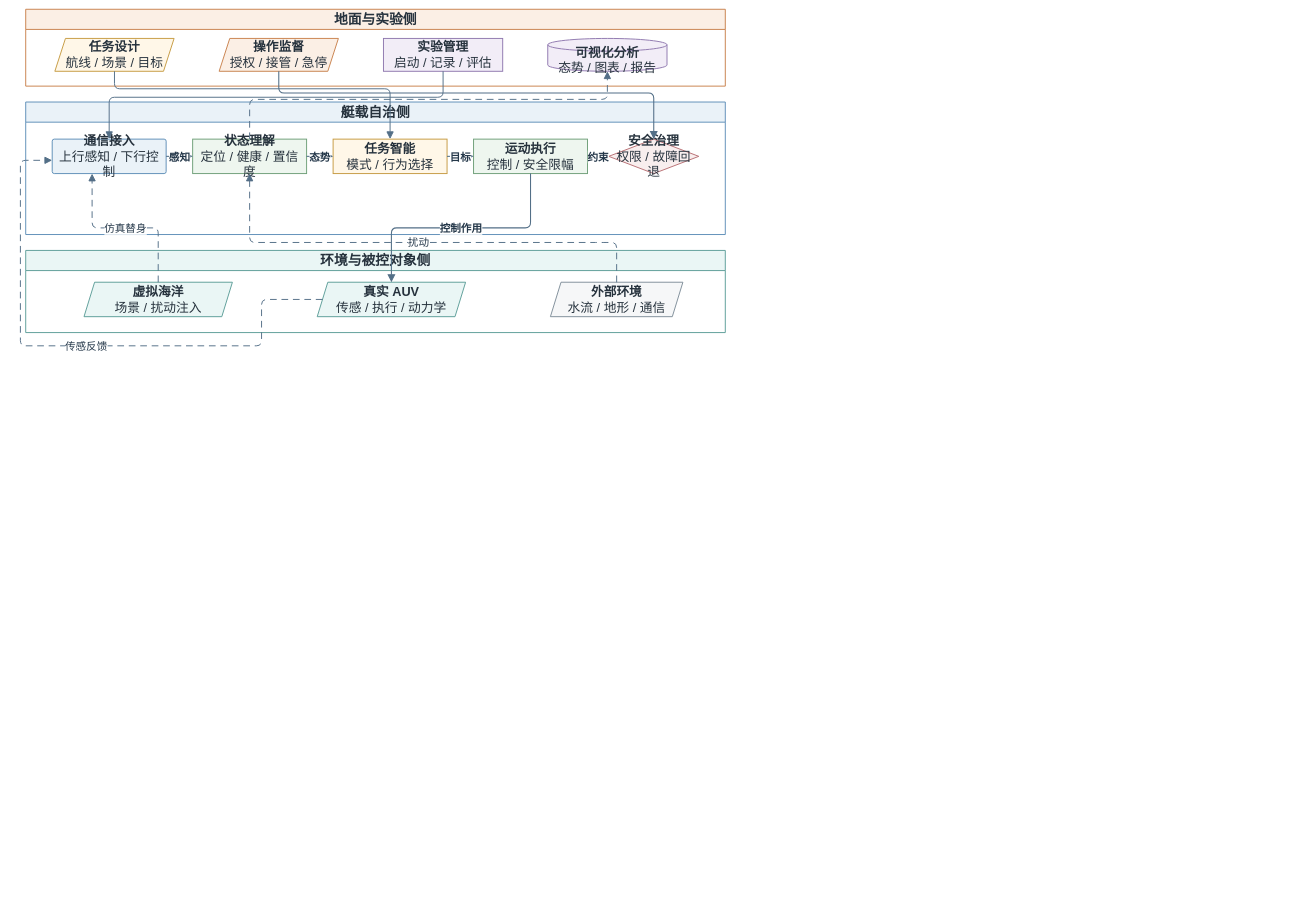
Earlier version of the draw.io diagram thesis/figures/architecture/auv_system_subsystem_organization.drawio (360ZMEM/AUV-Master-Mag). Source tidied: cells renumbered, new cells numbered last; positions are measured from the earlier drawing's top-left corner, leaving out a move shared by most shapes. Both pictures are drawn from the tidied source at 53%, with x=0, y=0 at pixel (20, 9).
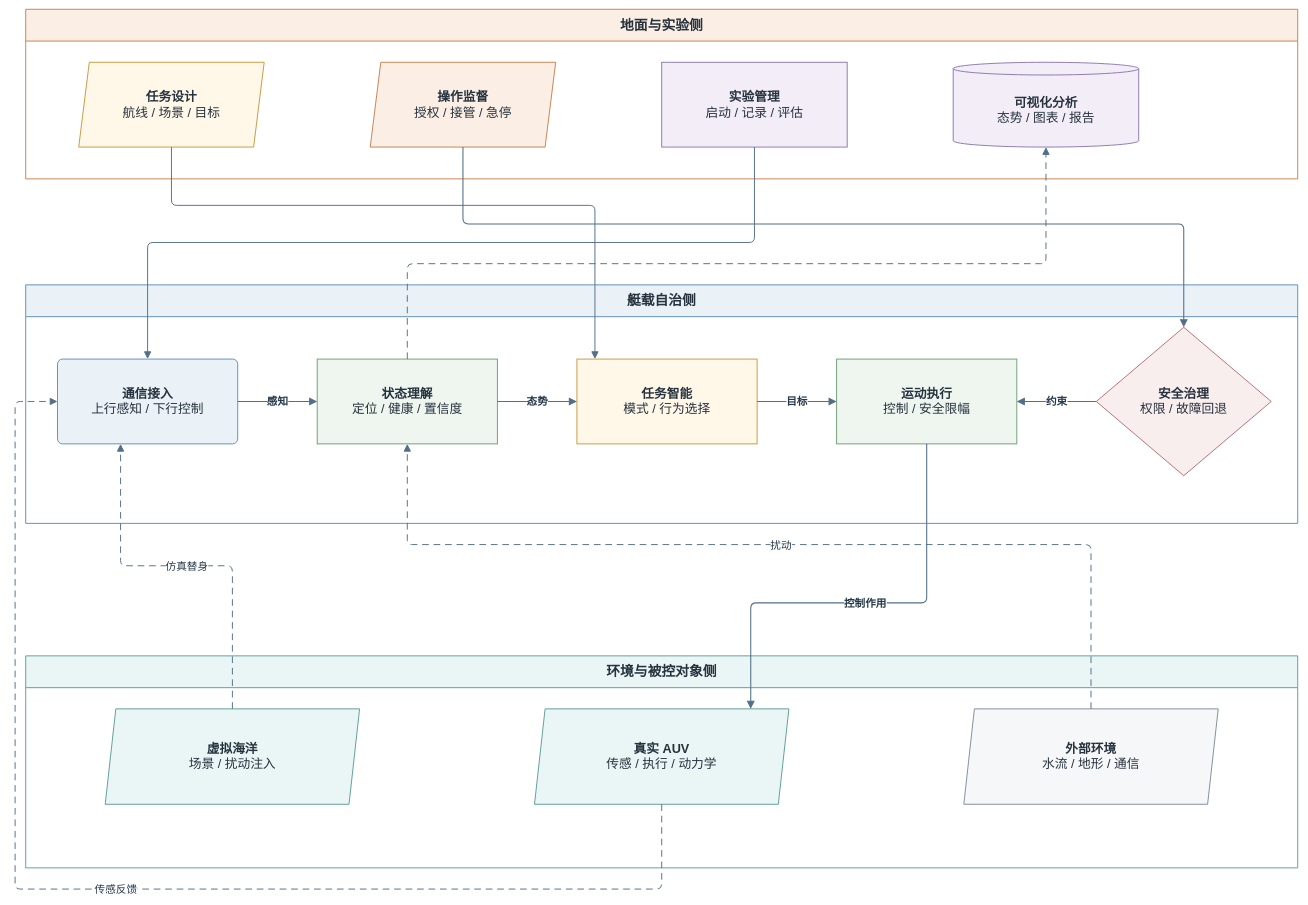
After the change.

What changed in the source:
```diff
@@
-    <mxCell id="2" value="地面与实验侧" style="swimlane;whiteSpace=wrap;html=1;startSize=38;rounded=0;fillColor=#FBEFE5;strokeColor=#C9824D;strokeWidth=1.8;fontFamily=Songti SC;fontSize=26;fontStyle=1;fontColor=#26323D;" parent="1" vertex="1">
-      <mxGeometry x="10" width="1320" height="145" as="geometry" />
+    <mxCell id="2" value="地面与实验侧" style="swimlane;whiteSpace=wrap;html=1;startSize=60;rounded=0;fillColor=#FBEFE5;strokeColor=#C9824D;strokeWidth=1.8;fontFamily=Songti SC;fontSize=26;fontStyle=1;fontColor=#26323D;" parent="1" vertex="1">
+      <mxGeometry x="10" width="2400" height="320" as="geometry" />
     </mxCell>
-    <mxCell id="3" value="艇载自治侧" style="swimlane;whiteSpace=wrap;html=1;startSize=38;rounded=0;fillColor=#EAF2F8;strokeColor=#5F8FB8;strokeWidth=1.8;fontFamily=Songti SC;fontSize=26;fontStyle=1;fontColor=#26323D;" parent="1" vertex="1">
-      <mxGeometry x="10" y="175" width="1320" height="250" as="geometry" />
+    <mxCell id="3" value="艇载自治侧" style="swimlane;whiteSpace=wrap;html=1;startSize=60;rounded=0;fillColor=#EAF2F8;strokeColor=#5F8FB8;strokeWidth=1.8;fontFamily=Songti SC;fontSize=26;fontStyle=1;fontColor=#26323D;" parent="1" vertex="1">
+      <mxGeometry x="10" y="520" width="2400" height="450" as="geometry" />
     </mxCell>
-    <mxCell id="4" value="环境与被控对象侧" style="swimlane;whiteSpace=wrap;html=1;startSize=38;rounded=0;fillColor=#EAF6F5;strokeColor=#5D9E99;strokeWidth=1.8;fontFamily=Songti SC;fontSize=26;fontStyle=1;fontColor=#26323D;" parent="1" vertex="1">
-      <mxGeometry x="10" y="455" width="1320" height="155" as="geometry" />
+    <mxCell id="4" value="环境与被控对象侧" style="swimlane;whiteSpace=wrap;html=1;startSize=60;rounded=0;fillColor=#EAF6F5;strokeColor=#5D9E99;strokeWidth=1.8;fontFamily=Songti SC;fontSize=26;fontStyle=1;fontColor=#26323D;" parent="1" vertex="1">
+      <mxGeometry x="10" y="1220" width="2400" height="400" as="geometry" />
     </mxCell>
     <mxCell id="5" value="&lt;b&gt;任务设计&lt;/b&gt;&lt;br&gt;航线 / 场景 / 目标" style="shape=parallelogram;perimeter=parallelogramPerimeter;fixedSize=1;whiteSpace=wrap;html=1;align=center;verticalAlign=middle;fillColor=#FFF7E8;strokeColor=#C69B42;strokeWidth=1.8;spacing=8;fontFamily=Songti SC;fontSize=24;fontColor=#26323D;" parent="2" vertex="1">
-      <mxGeometry x="55" y="55" width="225" height="62" as="geometry" />
+      <mxGeometry x="100" y="100" width="350" height="160" as="geometry" />
     </mxCell>
     <mxCell id="6" value="&lt;b&gt;操作监督&lt;/b&gt;&lt;br&gt;授权 / 接管 / 急停" style="shape=parallelogram;perimeter=parallelogramPerimeter;fixedSize=1;whiteSpace=wrap;html=1;align=center;verticalAlign=middle;fillColor=#FBEFE5;strokeColor=#C9824D;strokeWidth=1.8;spacing=8;fontFamily=Songti SC;fontSize=24;fontColor=#26323D;" parent="2" vertex="1">
-      <mxGeometry x="365" y="55" width="225" height="62" as="geometry" />
+      <mxGeometry x="650" y="100" width="350" height="160" as="geometry" />
     </mxCell>
     <mxCell id="7" value="&lt;b&gt;实验管理&lt;/b&gt;&lt;br&gt;启动 / 记录 / 评估" style="rounded=0;whiteSpace=wrap;html=1;align=center;verticalAlign=middle;fillColor=#F2EDF7;strokeColor=#8F78AF;strokeWidth=1.8;spacing=8;fontFamily=Songti SC;fontSize=24;fontColor=#26323D;" parent="2" vertex="1">
-      <mxGeometry x="675" y="55" width="225" height="62" as="geometry" />
+      <mxGeometry x="1200" y="100" width="350" height="160" as="geometry" />
     </mxCell>
     <mxCell id="8" value="&lt;b&gt;可视化分析&lt;/b&gt;&lt;br&gt;态势 / 图表 / 报告" style="shape=cylinder3;boundedLbl=1;backgroundOutline=1;size=12;whiteSpace=wrap;html=1;align=center;verticalAlign=middle;fillColor=#F2EDF7;strokeColor=#8F78AF;strokeWidth=1.8;spacing=8;fontFamily=Songti SC;fontSize=24;fontColor=#26323D;" parent="2" vertex="1">
-      <mxGeometry x="985" y="55" width="225" height="62" as="geometry" />
+      <mxGeometry x="1750" y="100" width="350" height="160" as="geometry" />
     </mxCell>
     <mxCell id="9" value="&lt;b&gt;通信接入&lt;/b&gt;&lt;br&gt;上行感知 / 下行控制" style="rounded=1;arcSize=6;whiteSpace=wrap;html=1;align=center;verticalAlign=middle;fillColor=#EAF2F8;strokeColor=#5F8FB8;strokeWidth=1.8;spacing=8;fontFamily=Songti SC;fontSize=24;fontColor=#26323D;" parent="3" vertex="1">
-      <mxGeometry x="50" y="70" width="215" height="65" as="geometry" />
+      <mxGeometry x="60" y="140" width="340" height="160" as="geometry" />
     </mxCell>
     <mxCell id="10" value="&lt;b&gt;状态理解&lt;/b&gt;&lt;br&gt;定位 / 健康 / 置信度" style="rounded=0;whiteSpace=wrap;html=1;align=center;verticalAlign=middle;fillColor=#EEF6EF;strokeColor=#6E9F78;strokeWidth=1.8;spacing=8;fontFamily=Songti SC;fontSize=24;fontColor=#26323D;" parent="3" vertex="1">
-      <mxGeometry x="315" y="70" width="215" height="65" as="geometry" />
+      <mxGeometry x="550" y="140" width="340" height="160" as="geometry" />
     </mxCell>
     <mxCell id="11" value="&lt;b&gt;任务智能&lt;/b&gt;&lt;br&gt;模式 / 行为选择" style="rounded=0;whiteSpace=wrap;html=1;align=center;verticalAlign=middle;fillColor=#FFF7E8;strokeColor=#C69B42;strokeWidth=1.8;spacing=8;fontFamily=Songti SC;fontSize=24;fontColor=#26323D;" parent="3" vertex="1">
-      <mxGeometry x="580" y="70" width="215" height="65" as="geometry" />
+      <mxGeometry x="1040" y="140" width="340" height="160" as="geometry" />
     </mxCell>
     <mxCell id="12" value="&lt;b&gt;运动执行&lt;/b&gt;&lt;br&gt;控制 / 安全限幅" style="rounded=0;whiteSpace=wrap;html=1;align=center;verticalAlign=middle;fillColor=#EEF6EF;strokeColor=#6E9F78;strokeWidth=1.8;spacing=8;fontFamily=Songti SC;fontSize=24;fontColor=#26323D;" parent="3" vertex="1">
-      <mxGeometry x="845" y="70" width="215" height="65" as="geometry" />
+      <mxGeometry x="1530" y="140" width="340" height="160" as="geometry" />
     </mxCell>
     <mxCell id="13" value="&lt;b&gt;安全治理&lt;/b&gt;&lt;br&gt;权限 / 故障回退" style="rhombus;whiteSpace=wrap;html=1;align=center;verticalAlign=middle;fillColor=#F8EEEE;strokeColor=#B86F73;strokeWidth=1.8;spacing=8;fontFamily=Songti SC;fontSize=24;fontColor=#26323D;" parent="3" vertex="1">
-      <mxGeometry x="1100" y="70" width="170" height="65" as="geometry" />
+      <mxGeometry x="2020" y="80" width="330" height="280" as="geometry" />
     </mxCell>
     <mxCell id="14" value="&lt;b&gt;虚拟海洋&lt;/b&gt;&lt;br&gt;场景 / 扰动注入" style="shape=parallelogram;perimeter=parallelogramPerimeter;fixedSize=1;whiteSpace=wrap;html=1;align=center;verticalAlign=middle;fillColor=#EAF6F5;strokeColor=#5D9E99;strokeWidth=1.8;spacing=8;fontFamily=Songti SC;fontSize=24;fontColor=#26323D;" parent="4" vertex="1">
-      <mxGeometry x="110" y="60" width="280" height="65" as="geometry" />
+      <mxGeometry x="150" y="100" width="480" height="180" as="geometry" />
     </mxCell>
     <mxCell id="15" value="&lt;b&gt;真实 AUV&lt;/b&gt;&lt;br&gt;传感 / 执行 / 动力学" style="shape=parallelogram;perimeter=parallelogramPerimeter;fixedSize=1;whiteSpace=wrap;html=1;align=center;verticalAlign=middle;fillColor=#EAF6F5;strokeColor=#5D9E99;strokeWidth=1.8;spacing=8;fontFamily=Songti SC;fontSize=24;fontColor=#26323D;" parent="4" vertex="1">
-      <mxGeometry x="550" y="60" width="280" height="65" as="geometry" />
+      <mxGeometry x="960" y="100" width="480" height="180" as="geometry" />
     </mxCell>
     <mxCell id="16" value="&lt;b&gt;外部环境&lt;/b&gt;&lt;br&gt;水流 / 地形 / 通信" style="shape=parallelogram;perimeter=parallelogramPerimeter;fixedSize=1;whiteSpace=wrap;html=1;align=center;verticalAlign=middle;fillColor=#F6F7F8;strokeColor=#7F8E9A;strokeWidth=1.8;spacing=8;fontFamily=Songti SC;fontSize=24;fontColor=#26323D;" parent="4" vertex="1">
-      <mxGeometry x="990" y="60" width="250" height="65" as="geometry" />
+      <mxGeometry x="1770" y="100" width="480" height="180" as="geometry" />
     </mxCell>
-    <mxCell id="17" style="edgeStyle=orthogonalEdgeStyle;rounded=1;jettySize=auto;html=1;strokeColor=#536F87;strokeWidth=1.8;fontFamily=Songti SC;fontSize=20;fontColor=#25384A;labelBackgroundColor=#FFFFFF;labelBorderColor=none;endArrow=block;endFill=1;endSize=10;exitX=0.5;exitY=1;entryX=0.5;entryY=0;" parent="1" edge="1" source="5" target="11">
+    <mxCell id="17" style="edgeStyle=orthogonalEdgeStyle;rounded=1;jettySize=auto;html=1;strokeColor=#536F87;strokeWidth=1.8;fontFamily=Songti SC;fontSize=20;fontColor=#25384A;labelBackgroundColor=#FFFFFF;labelBorderColor=none;endArrow=block;endFill=1;endSize=10;exitX=0.5;exitY=1;entryX=0.1;entryY=0;" parent="1" edge="1" source="5" target="11">
       <mxGeometry relative="1" as="geometry">
         <Array as="points">
-          <mxPoint x="178" y="150" />
-          <mxPoint x="698" y="150" />
+          <mxPoint x="285" y="370" />
+          <mxPoint x="1084" y="370" />
         </Array>
       </mxGeometry>
     </mxCell>
     <mxCell id="18" style="edgeStyle=orthogonalEdgeStyle;rounded=1;jettySize=auto;html=1;strokeColor=#536F87;strokeWidth=2.0;fontFamily=Songti SC;fontSize=20;fontStyle=1;fontColor=#25384A;labelBackgroundColor=#FFFFFF;labelBorderColor=none;endArrow=block;endFill=1;endSize=10;exitX=0.5;exitY=1;entryX=0.5;entryY=0;" parent="1" edge="1" source="6" target="13">
       <mxGeometry relative="1" as="geometry">
         <Array as="points">
-          <mxPoint x="488" y="158" />
-          <mxPoint x="1195" y="158" />
+          <mxPoint x="835" y="405" />
+          <mxPoint x="2195" y="405" />
         </Array>
       </mxGeometry>
     </mxCell>
     <mxCell id="19" style="edgeStyle=orthogonalEdgeStyle;rounded=1;jettySize=auto;html=1;strokeColor=#536F87;strokeWidth=1.8;fontFamily=Songti SC;fontSize=20;fontColor=#25384A;labelBackgroundColor=#FFFFFF;labelBorderColor=none;endArrow=block;endFill=1;endSize=10;exitX=0.5;exitY=1;entryX=0.5;entryY=0;" parent="1" edge="1" source="7" target="9">
       <mxGeometry relative="1" as="geometry">
         <Array as="points">
-          <mxPoint x="798" y="166" />
-          <mxPoint x="168" y="166" />
+          <mxPoint x="1385" y="440" />
+          <mxPoint x="240" y="440" />
         </Array>
       </mxGeometry>
     </mxCell>
-    <mxCell id="20" value="感知" style="edgeStyle=orthogonalEdgeStyle;rounded=1;jettySize=auto;html=1;strokeColor=#536F87;strokeWidth=2.0;fontFamily=Songti SC;fontSize=20;fontStyle=1;fontColor=#25384A;labelBackgroundColor=#FFFFFF;labelBorderColor=none;endArrow=block;endFill=1;endSize=10;exitX=1;entryX=0;" parent="1" edge="1" source="9" target="10">
+    <mxCell id="20" value="感知" style="edgeStyle=orthogonalEdgeStyle;rounded=1;jettySize=auto;html=1;strokeColor=#536F87;strokeWidth=2.0;fontFamily=Songti SC;fontSize=20;fontStyle=1;fontColor=#25384A;labelBackgroundColor=#FFFFFF;labelBorderColor=none;endArrow=block;endFill=1;endSize=10;exitX=1;exitY=0.5;entryX=0;entryY=0.5;" parent="1" edge="1" source="9" target="10">
       <mxGeometry relative="1" as="geometry" />
     </mxCell>
-    <mxCell id="21" value="态势" style="edgeStyle=orthogonalEdgeStyle;rounded=1;jettySize=auto;html=1;strokeColor=#536F87;strokeWidth=2.0;fontFamily=Songti SC;fontSize=20;fontStyle=1;fontColor=#25384A;labelBackgroundColor=#FFFFFF;labelBorderColor=none;endArrow=block;endFill=1;endSize=10;exitX=1;entryX=0;" parent="1" edge="1" source="10" target="11">
+    <mxCell id="21" value="态势" style="edgeStyle=orthogonalEdgeStyle;rounded=1;jettySize=auto;html=1;strokeColor=#536F87;strokeWidth=2.0;fontFamily=Songti SC;fontSize=20;fontStyle=1;fontColor=#25384A;labelBackgroundColor=#FFFFFF;labelBorderColor=none;endArrow=block;endFill=1;endSize=10;exitX=1;exitY=0.5;entryX=0;entryY=0.5;" parent="1" edge="1" source="10" target="11">
       <mxGeometry relative="1" as="geometry" />
     </mxCell>
-    <mxCell id="22" value="目标" style="edgeStyle=orthogonalEdgeStyle;rounded=1;jettySize=auto;html=1;strokeColor=#536F87;strokeWidth=2.0;fontFamily=Songti SC;fontSize=20;fontStyle=1;fontColor=#25384A;labelBackgroundColor=#FFFFFF;labelBorderColor=none;endArrow=block;endFill=1;endSize=10;exitX=1;entryX=0;" parent="1" edge="1" source="11" target="12">
+    <mxCell id="22" value="目标" style="edgeStyle=orthogonalEdgeStyle;rounded=1;jettySize=auto;html=1;strokeColor=#536F87;strokeWidth=2.0;fontFamily=Songti SC;fontSize=20;fontStyle=1;fontColor=#25384A;labelBackgroundColor=#FFFFFF;labelBorderColor=none;endArrow=block;endFill=1;endSize=10;exitX=1;exitY=0.5;entryX=0;entryY=0.5;" parent="1" edge="1" source="11" target="12">
       <mxGeometry relative="1" as="geometry" />
     </mxCell>
-    <mxCell id="23" value="约束" style="edgeStyle=orthogonalEdgeStyle;rounded=1;jettySize=auto;html=1;strokeColor=#536F87;strokeWidth=2.0;fontFamily=Songti SC;fontSize=20;fontStyle=1;fontColor=#25384A;labelBackgroundColor=#FFFFFF;labelBorderColor=none;endArrow=block;endFill=1;endSize=10;exitX=1;entryX=0;" parent="1" edge="1" source="13" target="12">
+    <mxCell id="23" value="约束" style="edgeStyle=orthogonalEdgeStyle;rounded=1;jettySize=auto;html=1;strokeColor=#536F87;strokeWidth=2.0;fontFamily=Songti SC;fontSize=20;fontStyle=1;fontColor=#25384A;labelBackgroundColor=#FFFFFF;labelBorderColor=none;endArrow=block;endFill=1;endSize=10;exitX=0;exitY=0.5;entryX=1;entryY=0.5;" parent="1" edge="1" source="13" target="12">
       <mxGeometry relative="1" as="geometry" />
     </mxCell>
-    <mxCell id="24" value="控制作用" style="edgeStyle=orthogonalEdgeStyle;rounded=1;jettySize=auto;html=1;strokeColor=#536F87;strokeWidth=2.0;fontFamily=Songti SC;fontSize=20;fontStyle=1;fontColor=#25384A;labelBackgroundColor=#FFFFFF;labelBorderColor=none;endArrow=block;endFill=1;endSize=10;exitX=0.5;exitY=1;entryX=0.5;entryY=0;" parent="1" edge="1" source="12" target="15">
-      <mxGeometry relative="1" as="geometry" />
+    <mxCell id="24" value="控制作用" style="edgeStyle=orthogonalEdgeStyle;rounded=1;jettySize=auto;html=1;strokeColor=#536F87;strokeWidth=2.0;fontFamily=Songti SC;fontSize=20;fontStyle=1;fontColor=#25384A;labelBackgroundColor=#FFFFFF;labelBorderColor=none;endArrow=block;endFill=1;endSize=10;exitX=0.5;exitY=1;entryX=0.85;entryY=0;" parent="1" edge="1" source="12" target="15">
+      <mxGeometry relative="1" as="geometry">
+        <Array as="points">
+          <mxPoint x="1710" y="1120" />
+          <mxPoint x="1378" y="1120" />
+        </Array>
+      </mxGeometry>
     </mxCell>
-    <mxCell id="25" value="传感反馈" style="edgeStyle=orthogonalEdgeStyle;rounded=1;jettySize=auto;html=1;strokeColor=#536F87;strokeWidth=1.8;fontFamily=Songti SC;fontSize=20;fontColor=#25384A;labelBackgroundColor=#FFFFFF;labelBorderColor=none;endArrow=block;endFill=1;endSize=10;dashed=1;dashPattern=7 5;exitX=0;entryX=0;" parent="1" edge="1" source="15" target="9">
+    <mxCell id="25" value="传感反馈" style="edgeStyle=orthogonalEdgeStyle;rounded=1;jettySize=auto;html=1;strokeColor=#536F87;strokeWidth=1.8;fontFamily=Songti SC;fontSize=20;fontColor=#25384A;labelBackgroundColor=#FFFFFF;labelBorderColor=none;endArrow=block;endFill=1;endSize=10;dashed=1;dashPattern=7 5;exitX=0.5;exitY=1;entryX=0;entryY=0.5;" parent="1" edge="1" source="15" target="9">
       <mxGeometry relative="1" as="geometry">
         <Array as="points">
-          <mxPoint x="455" y="635" />
-          <mxPoint y="635" />
-          <mxPoint y="285" />
+          <mxPoint x="1210" y="1660" />
+          <mxPoint x="-10" y="1660" />
+          <mxPoint x="-10" y="740" />
         </Array>
       </mxGeometry>
     </mxCell>
     <mxCell id="26" value="仿真替身" style="edgeStyle=orthogonalEdgeStyle;rounded=1;jettySize=auto;html=1;strokeColor=#536F87;strokeWidth=1.8;fontFamily=Songti SC;fontSize=20;fontColor=#25384A;labelBackgroundColor=#FFFFFF;labelBorderColor=none;endArrow=block;endFill=1;endSize=10;dashed=1;dashPattern=7 5;exitX=0.5;exitY=0;entryX=0.35;entryY=1;" parent="1" edge="1" source="14" target="9">
-      <mxGeometry relative="1" as="geometry" />
+      <mxGeometry relative="1" as="geometry">
+        <Array as="points">
+          <mxPoint x="400" y="1050" />
+          <mxPoint x="189" y="1050" />
+        </Array>
+      </mxGeometry>
     </mxCell>
     <mxCell id="27" value="扰动" style="edgeStyle=orthogonalEdgeStyle;rounded=1;jettySize=auto;html=1;strokeColor=#536F87;strokeWidth=1.8;fontFamily=Songti SC;fontSize=20;fontColor=#25384A;labelBackgroundColor=#FFFFFF;labelBorderColor=none;endArrow=block;endFill=1;endSize=10;dashed=1;dashPattern=7 5;exitX=0.5;exitY=0;entryX=0.5;entryY=1;" parent="1" edge="1" source="16" target="10">
       <mxGeometry relative="1" as="geometry">
         <Array as="points">
-          <mxPoint x="1095" y="440" />
-          <mxPoint x="405" y="440" />
+          <mxPoint x="2020" y="1010" />
+          <mxPoint x="730" y="1010" />
         </Array>
       </mxGeometry>
     </mxCell>
     <mxCell id="28" style="edgeStyle=orthogonalEdgeStyle;rounded=1;jettySize=auto;html=1;strokeColor=#536F87;strokeWidth=1.8;fontFamily=Songti SC;fontSize=20;fontColor=#25384A;labelBackgroundColor=#FFFFFF;labelBorderColor=none;endArrow=block;endFill=1;endSize=10;dashed=1;dashPattern=7 5;exitX=0.5;exitY=0;entryX=0.5;entryY=1;" parent="1" edge="1" source="10" target="8">
       <mxGeometry relative="1" as="geometry">
         <Array as="points">
-          <mxPoint x="433" y="170" />
-          <mxPoint x="1108" y="170" />
+          <mxPoint x="730" y="480" />
+          <mxPoint x="1935" y="480" />
         </Array>
       </mxGeometry>
     </mxCell>
```
